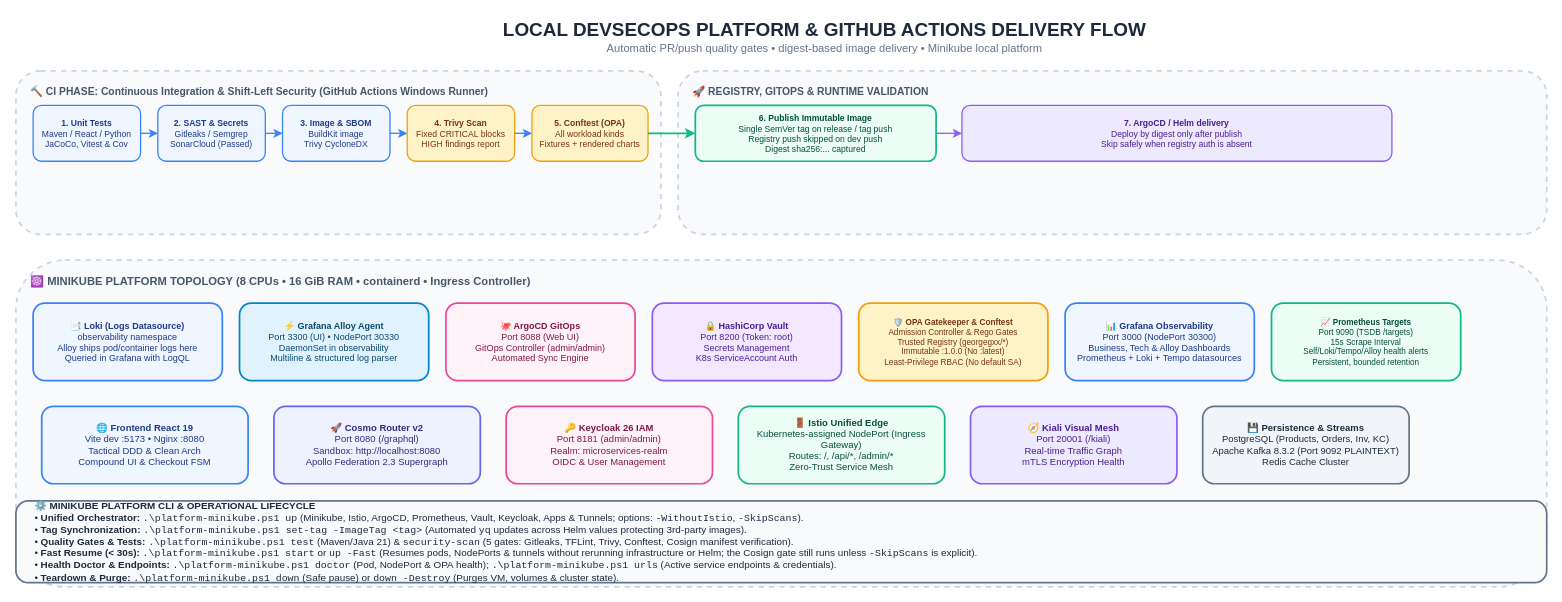
GeorgeGxx/microservices-architecture keeps this draw.io diagram as page "9. Local DevSecOps Platform & GitHub Actions Delivery" (9 of 19) of docs/Diagrams.drawio. Above is the earlier version. Source tidied: cells renumbered, new cells numbered last; positions are measured from the earlier drawing's top-left corner, leaving out a move shared by most shapes. Both pictures are drawn from the tidied source at 86%, with x=0, y=0 at pixel (15, 15).
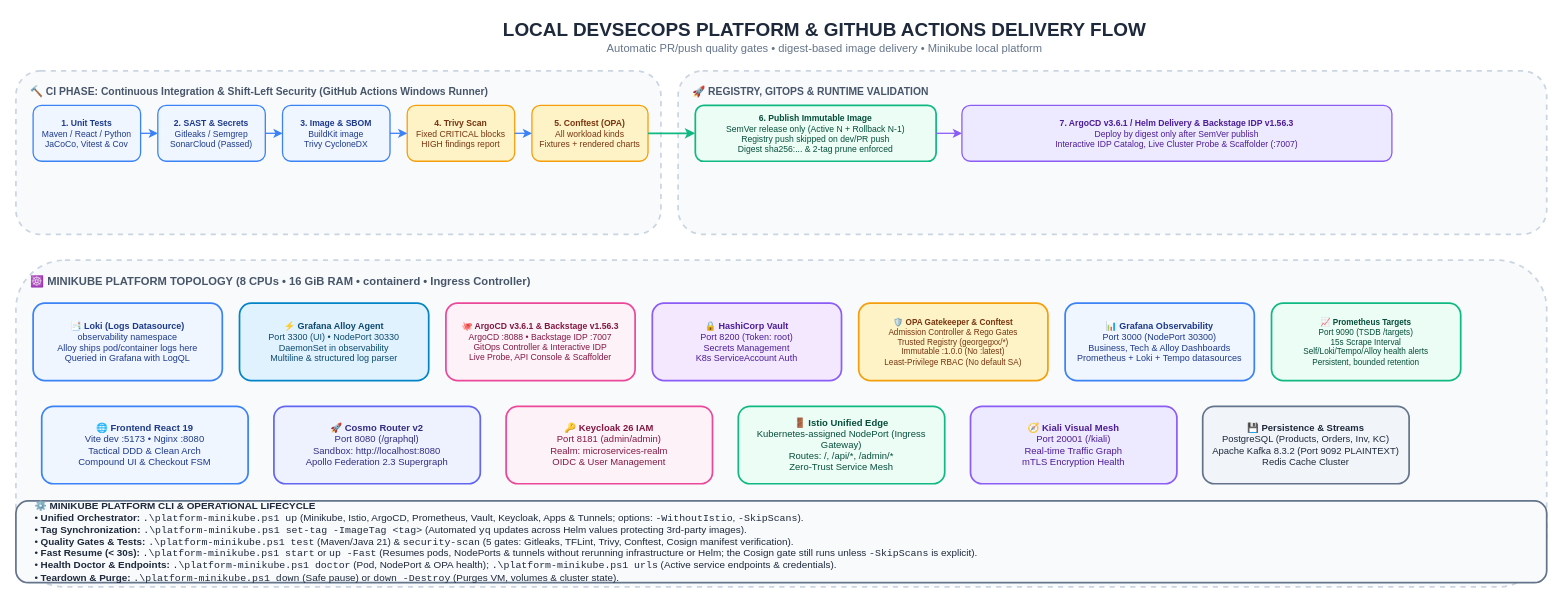
The same page after the edit.

Commit message (it also covers changes not shown here):
chore(idp): upgrade Backstage IDP to v1.56.3 and synchronize architecture docs and diagrams

What changed in the source:
```diff
@@
-    <mxCell id="14" value="&lt;b&gt;6. Publish Immutable Image&lt;/b&gt;&lt;br&gt;Single SemVer tag on release / tag push&lt;br&gt;Registry push skipped on dev push&lt;br&gt;Digest sha256:... captured" style="rounded=1;whiteSpace=wrap;html=1;fillColor=#ECFDF5;strokeColor=#10B981;strokeWidth=2;fontColor=#064E3B;fontSize=10;" parent="1" vertex="1">
+    <mxCell id="14" value="&lt;b&gt;6. Publish Immutable Image&lt;/b&gt;&lt;br&gt;SemVer release only (Active N + Rollback N-1)&lt;br&gt;Registry push skipped on dev/PR push&lt;br&gt;Digest sha256:... &amp;amp; 2-tag prune enforced" style="rounded=1;whiteSpace=wrap;html=1;fillColor=#ECFDF5;strokeColor=#10B981;strokeWidth=2;fontColor=#064E3B;fontSize=10;" parent="1" vertex="1">
       <mxGeometry x="790" y="105" width="280" height="65" as="geometry" />
     </mxCell>
-    <mxCell id="15" value="&lt;b&gt;7. ArgoCD / Helm delivery&lt;/b&gt;&lt;br&gt;Deploy by digest only after publish&lt;br&gt;Skip safely when registry auth is absent" style="rounded=1;whiteSpace=wrap;html=1;fillColor=#EDE9FE;strokeColor=#8B5CF6;strokeWidth=1.5;fontColor=#4C1D95;fontSize=10;" parent="1" vertex="1">
+    <mxCell id="15" value="&lt;b&gt;7. ArgoCD v3.6.1 / Helm Delivery &amp;amp; Backstage IDP v1.56.3&lt;/b&gt;&lt;br&gt;Deploy by digest only after SemVer publish&lt;br&gt;Interactive IDP Catalog, Live Cluster Probe &amp;amp; Scaffolder (:7007)" style="rounded=1;whiteSpace=wrap;html=1;fillColor=#EDE9FE;strokeColor=#8B5CF6;strokeWidth=1.5;fontColor=#4C1D95;fontSize=10;" parent="1" vertex="1">
       <mxGeometry x="1100" y="105" width="500" height="65" as="geometry" />
     </mxCell>
@@
-    <mxCell id="21" value="&lt;b&gt;🐙 ArgoCD GitOps&lt;/b&gt;&lt;br&gt;Port 8088 (Web UI)&lt;br&gt;GitOps Controller (admin/admin)&lt;br&gt;Automated Sync Engine" style="rounded=1;whiteSpace=wrap;html=1;fillColor=#FDF2F8;strokeColor=#EC4899;strokeWidth=2;fontColor=#831843;fontSize=10.5;" parent="1" vertex="1">
+    <mxCell id="21" value="&lt;b&gt;🐙 ArgoCD v3.6.1 &amp;amp; Backstage v1.56.3&lt;/b&gt;&lt;br&gt;ArgoCD :8088 • Backstage IDP :7007&lt;br&gt;GitOps Controller &amp;amp; Interactive IDP&lt;br&gt;Live Probe, API Console &amp;amp; Scaffolder" style="rounded=1;whiteSpace=wrap;html=1;fillColor=#FDF2F8;strokeColor=#EC4899;strokeWidth=2;fontColor=#831843;fontSize=10;" parent="1" vertex="1">
       <mxGeometry x="500" y="335" width="220" height="90" as="geometry" />
     </mxCell>
```
